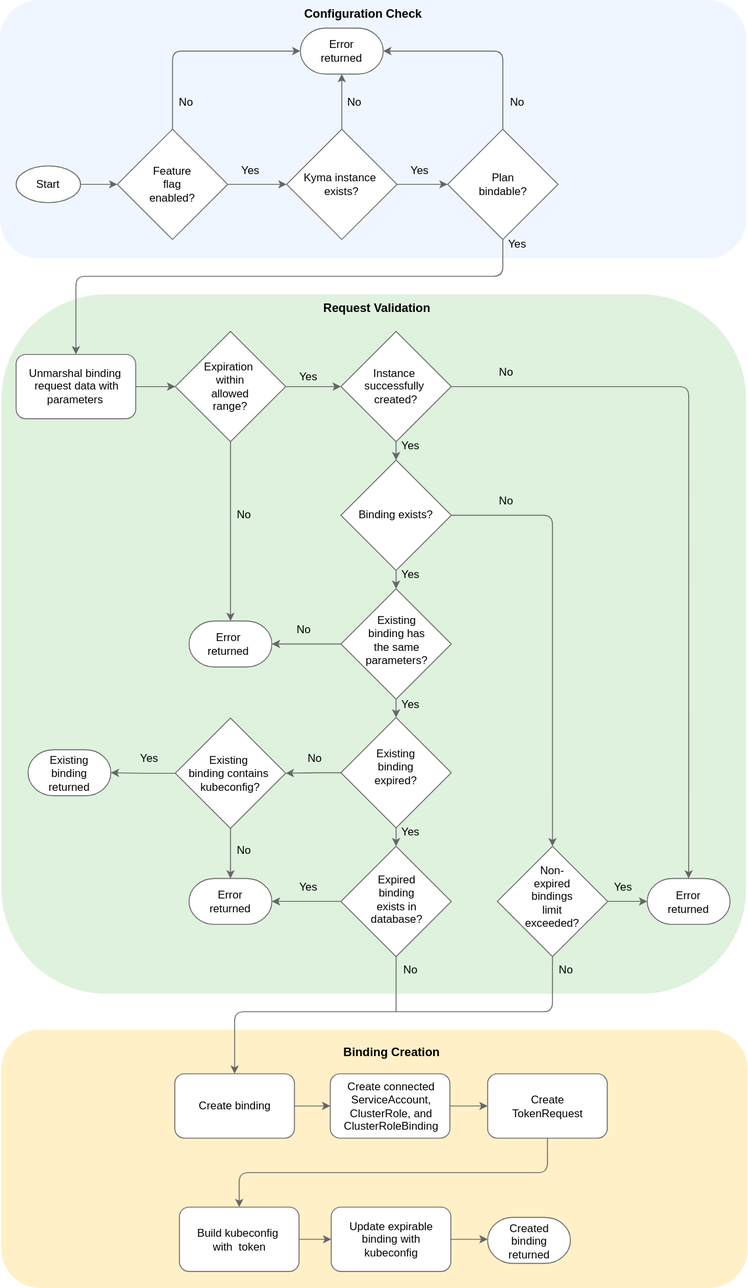
kyma-project/kyma-environment-broker keeps this draw.io diagram as docs/assets/bindings-create-flow.drawio.svg. Above is the earlier version. Source tidied: cells renumbered, new cells last; positions are measured from the earlier drawing's top-left corner, leaving out a move shared by most shapes.
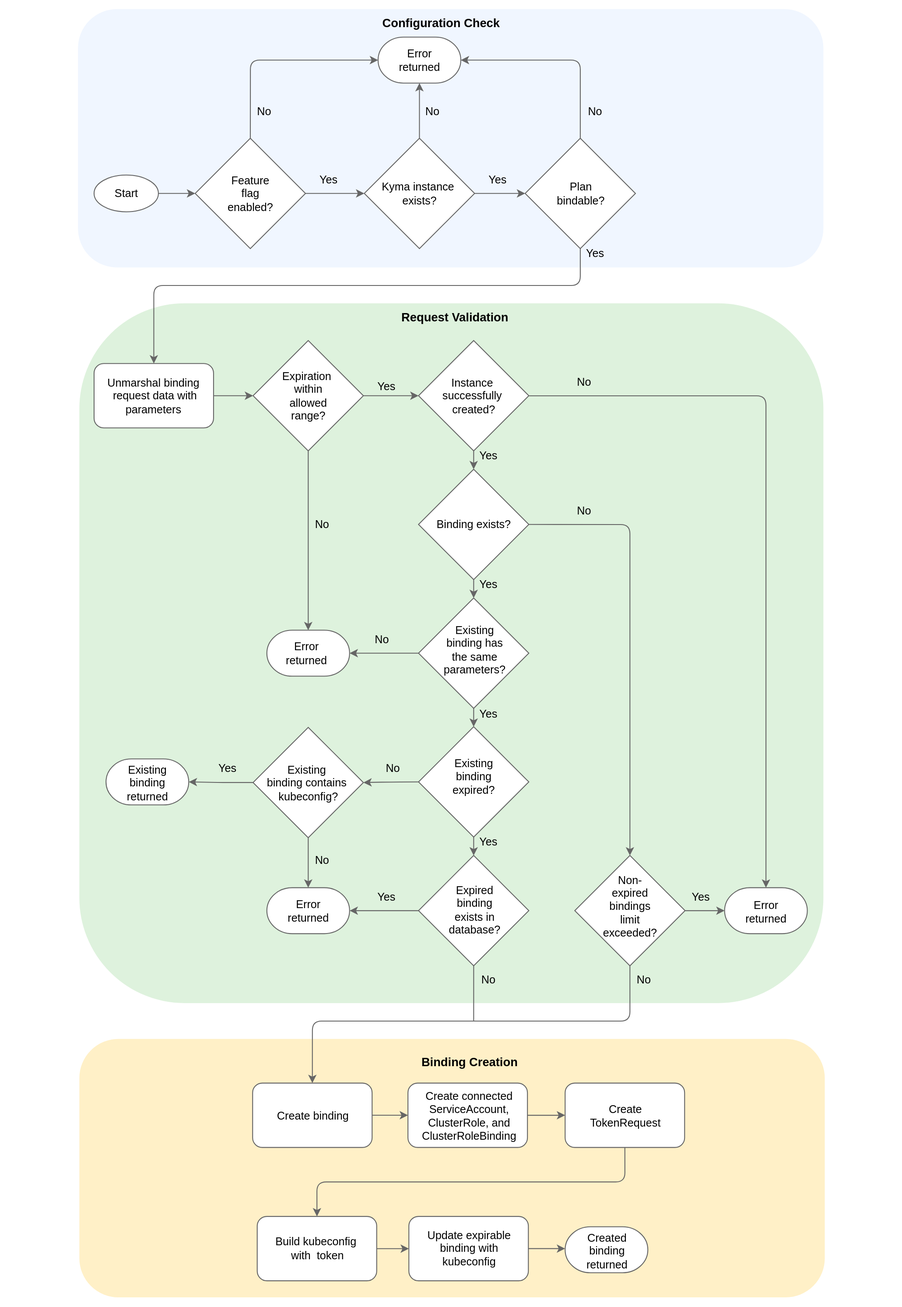
After the change.

Commit message:
add white background

Change to the diagram source:
```diff
@@ -2,6 +2,9 @@
   <root>
     <mxCell id="0" />
     <mxCell id="1" parent="0" />
+    <mxCell id="106" style="rounded=0;whiteSpace=wrap;html=1;strokeColor=none;" parent="1" vertex="1">
+      <mxGeometry x="-85" y="-10" width="980" height="1420" as="geometry" />
+    </mxCell>
     <mxCell id="2" style="rounded=1;whiteSpace=wrap;html=1;fillColor=#f0f6ff;strokeColor=#f0f6ff;" parent="1" vertex="1">
       <mxGeometry width="810" height="280" as="geometry" />
     </mxCell>
```
